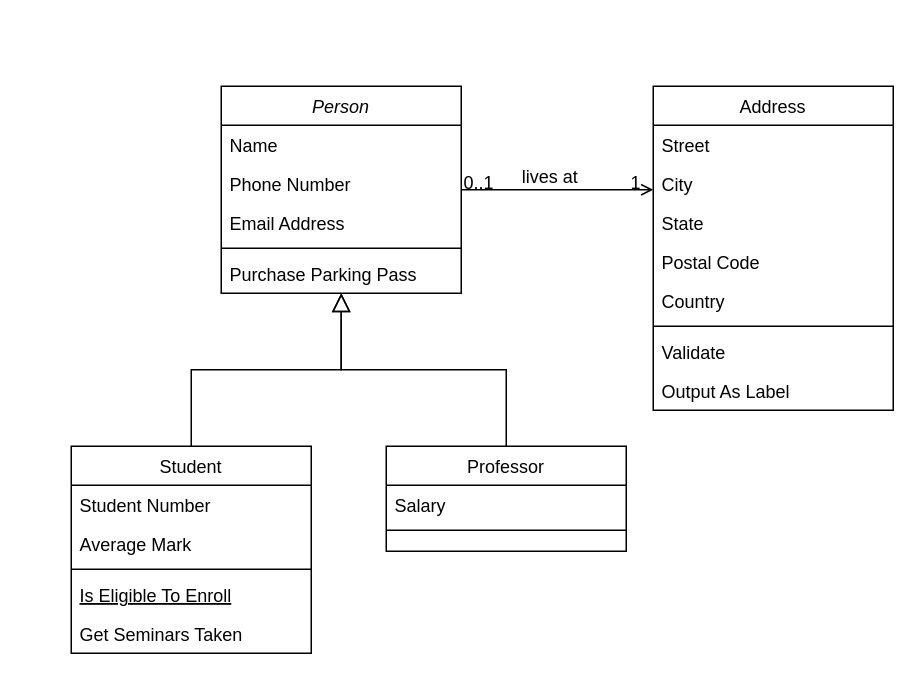
Before: UML - CadCursos.drawio in LucasAPessoa/Diagrams, a draw.io diagram. Source tidied: cells renumbered, new cells numbered last; positions are measured from the earlier drawing's top-left corner, leaving out a move shared by most shapes. Both pictures are drawn from the tidied source at 150%, with x=0, y=0 at pixel (70, 86).
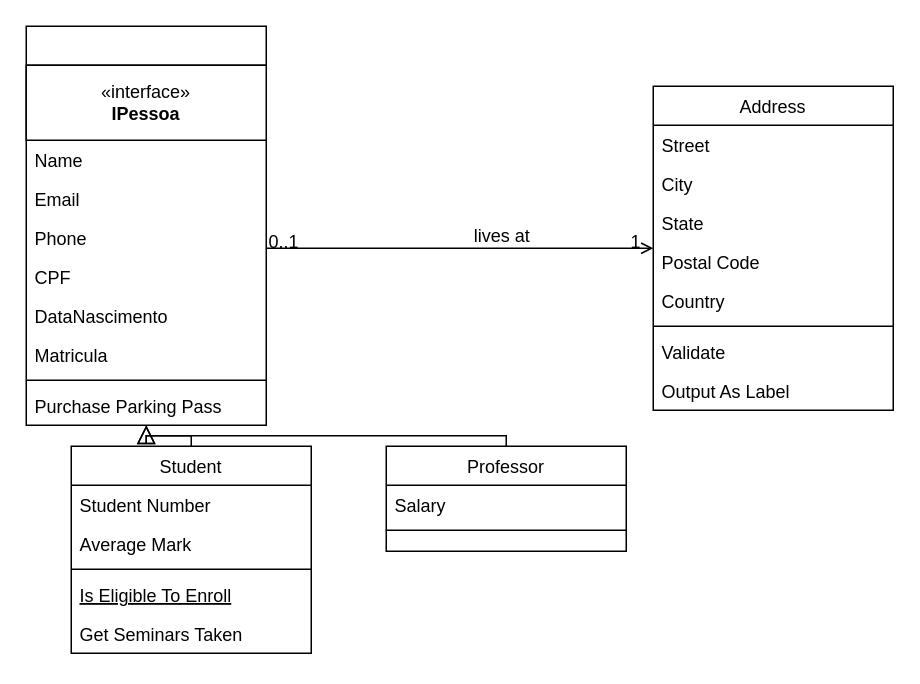
The same diagram, later.

Diff of the diagram source:
```diff
@@
-    <mxCell id="2" value="Person" style="swimlane;fontStyle=2;align=center;verticalAlign=top;horizontal=1;startSize=26;rounded=0;shadow=0;strokeWidth=1;" parent="1" vertex="1">
-      <mxGeometry x="100" width="160" height="138" as="geometry" />
+    <mxCell id="2" style="swimlane;fontStyle=2;align=center;verticalAlign=top;horizontal=1;startSize=26;rounded=0;shadow=0;strokeWidth=1;" parent="1" vertex="1">
+      <mxGeometry x="-30" y="-40" width="160" height="266" as="geometry" />
     </mxCell>
+    <mxCell id="32" value="«interface»&lt;br&gt;&lt;b&gt;IPessoa&lt;/b&gt;" style="html=1;whiteSpace=wrap;" parent="2" vertex="1">
+      <mxGeometry y="26" width="160" height="50" as="geometry" />
+    </mxCell>
     <mxCell id="3" value="Name" style="text;align=left;verticalAlign=top;spacingLeft=4;spacingRight=4;overflow=hidden;" parent="2" vertex="1">
-      <mxGeometry y="26" width="160" height="26" as="geometry" />
+      <mxGeometry y="76" width="160" height="26" as="geometry" />
     </mxCell>
-    <mxCell id="4" value="Phone Number" style="text;align=left;verticalAlign=top;spacingLeft=4;spacingRight=4;overflow=hidden;rounded=0;shadow=0;html=0;" parent="2" vertex="1">
-      <mxGeometry y="52" width="160" height="26" as="geometry" />
+    <mxCell id="4" value="Email" style="text;align=left;verticalAlign=top;spacingLeft=4;spacingRight=4;overflow=hidden;rounded=0;shadow=0;html=0;" parent="2" vertex="1">
+      <mxGeometry y="102" width="160" height="26" as="geometry" />
     </mxCell>
-    <mxCell id="5" value="Email Address" style="text;align=left;verticalAlign=top;spacingLeft=4;spacingRight=4;overflow=hidden;rounded=0;shadow=0;html=0;" parent="2" vertex="1">
-      <mxGeometry y="78" width="160" height="26" as="geometry" />
+    <mxCell id="5" value="Phone" style="text;align=left;verticalAlign=top;spacingLeft=4;spacingRight=4;overflow=hidden;rounded=0;shadow=0;html=0;" parent="2" vertex="1">
+      <mxGeometry y="128" width="160" height="26" as="geometry" />
     </mxCell>
+    <mxCell id="33" value="CPF" style="text;align=left;verticalAlign=top;spacingLeft=4;spacingRight=4;overflow=hidden;rounded=0;shadow=0;html=0;" parent="2" vertex="1">
+      <mxGeometry y="154" width="160" height="26" as="geometry" />
+    </mxCell>
+    <mxCell id="34" value="DataNascimento" style="text;align=left;verticalAlign=top;spacingLeft=4;spacingRight=4;overflow=hidden;rounded=0;shadow=0;html=0;" parent="2" vertex="1">
+      <mxGeometry y="180" width="160" height="26" as="geometry" />
+    </mxCell>
+    <mxCell id="35" value="Matricula" style="text;align=left;verticalAlign=top;spacingLeft=4;spacingRight=4;overflow=hidden;rounded=0;shadow=0;html=0;" parent="2" vertex="1">
+      <mxGeometry y="206" width="160" height="26" as="geometry" />
+    </mxCell>
     <mxCell id="6" style="line;html=1;strokeWidth=1;align=left;verticalAlign=middle;spacingTop=-1;spacingLeft=3;spacingRight=3;labelPosition=right;" parent="2" vertex="1">
-      <mxGeometry y="104" width="160" height="8" as="geometry" />
+      <mxGeometry y="232" width="160" height="8" as="geometry" />
     </mxCell>
     <mxCell id="7" value="Purchase Parking Pass" style="text;align=left;verticalAlign=top;spacingLeft=4;spacingRight=4;overflow=hidden;" parent="2" vertex="1">
-      <mxGeometry y="112" width="160" height="26" as="geometry" />
+      <mxGeometry y="240" width="160" height="26" as="geometry" />
     </mxCell>
```
